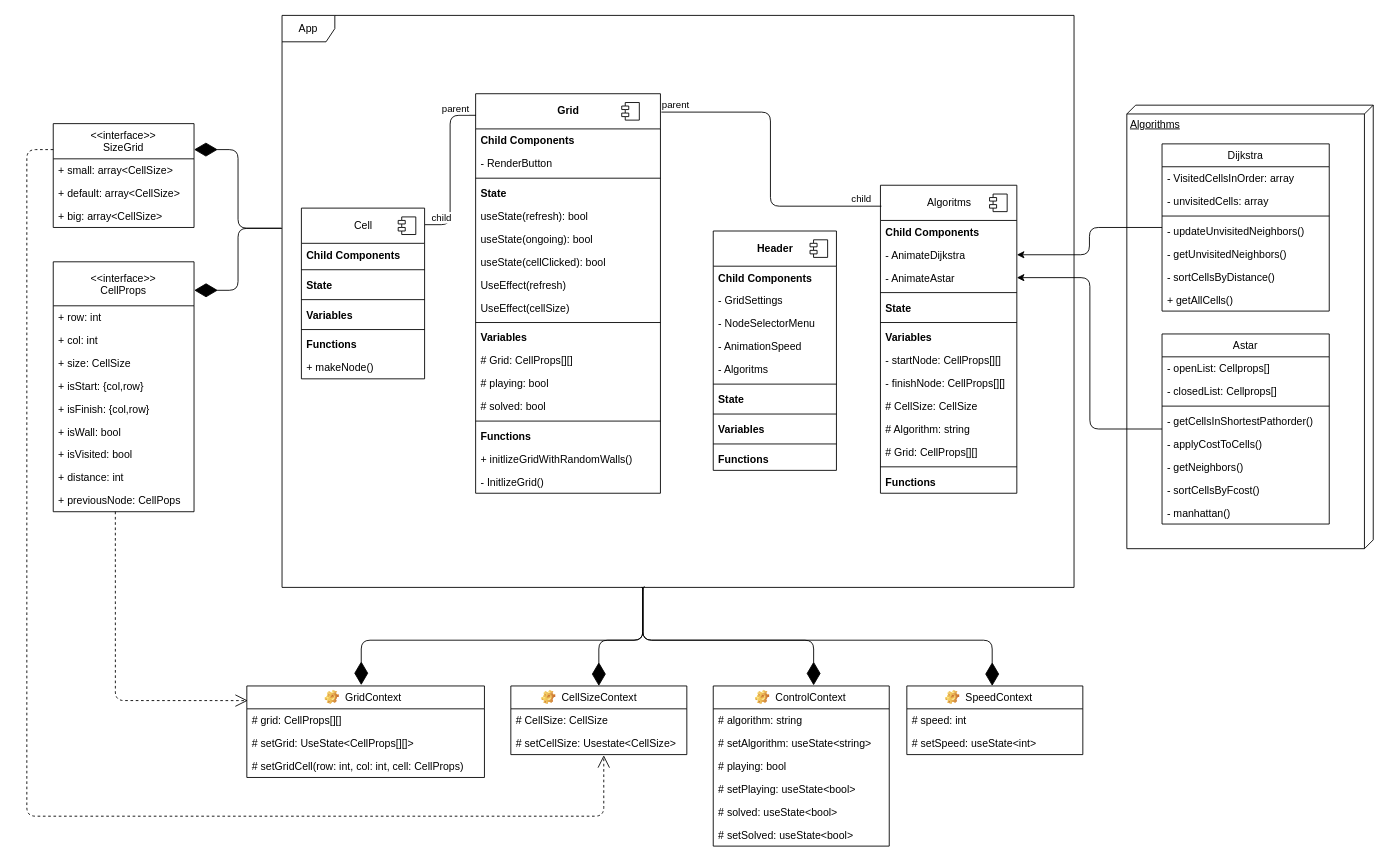
johannes67890/Pathfinding keeps this draw.io diagram as assets/UML.drawio. Above is the earlier version. Source tidied: cells renumbered, new cells numbered last; positions are measured from the earlier drawing's top-left corner, leaving out a move shared by most shapes. Both pictures are drawn from the tidied source at 88%, with x=0, y=0 at pixel (26, 15).
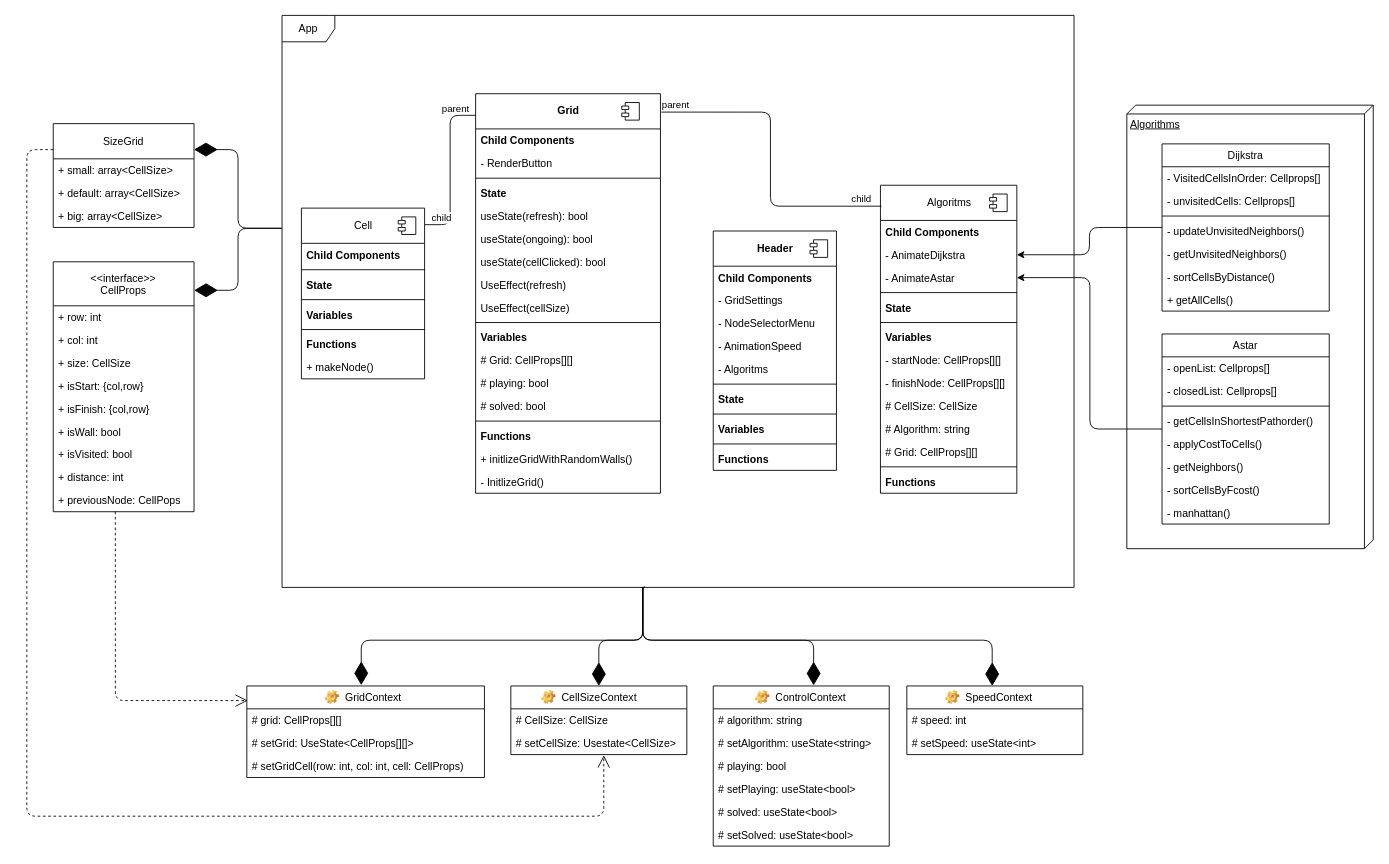
Above is the later version.

The change refers to these unchanged cells:
```xml
<mxCell id="99" value="Dijkstra" style="swimlane;fontStyle=0;horizontal=1;startSize=26;fillColor=none;" parent="1" vertex="1">
  <mxGeometry x="1290" y="146" width="190" height="190" as="geometry" />
</mxCell>
```

Diff of the diagram source:
```diff
@@
-    <mxCell id="4" value="&lt;&lt;interface&gt;&gt;&#10;SizeGrid" style="swimlane;fontStyle=0;horizontal=1;startSize=40;fillColor=none;" parent="1" vertex="1">
+    <mxCell id="4" value="SizeGrid" style="swimlane;fontStyle=0;horizontal=1;startSize=40;fillColor=none;" parent="1" vertex="1">
       <mxGeometry x="30" y="123" width="160" height="118" as="geometry" />
     </mxCell>
@@
-    <mxCell id="100" value="- VisitedCellsInOrder: array" style="text;strokeColor=none;fillColor=none;align=left;verticalAlign=top;spacingLeft=4;spacingRight=4;overflow=hidden;" parent="99" vertex="1">
+    <mxCell id="100" value="- VisitedCellsInOrder: Cellprops[]" style="text;strokeColor=none;fillColor=none;align=left;verticalAlign=top;spacingLeft=4;spacingRight=4;overflow=hidden;" parent="99" vertex="1">
       <mxGeometry y="26" width="190" height="26" as="geometry" />
     </mxCell>
-    <mxCell id="101" value="- unvisitedCells: array" style="text;strokeColor=none;fillColor=none;align=left;verticalAlign=top;spacingLeft=4;spacingRight=4;overflow=hidden;" parent="99" vertex="1">
+    <mxCell id="101" value="- unvisitedCells: Cellprops[]" style="text;strokeColor=none;fillColor=none;align=left;verticalAlign=top;spacingLeft=4;spacingRight=4;overflow=hidden;" parent="99" vertex="1">
       <mxGeometry y="52" width="190" height="26" as="geometry" />
     </mxCell>
```
